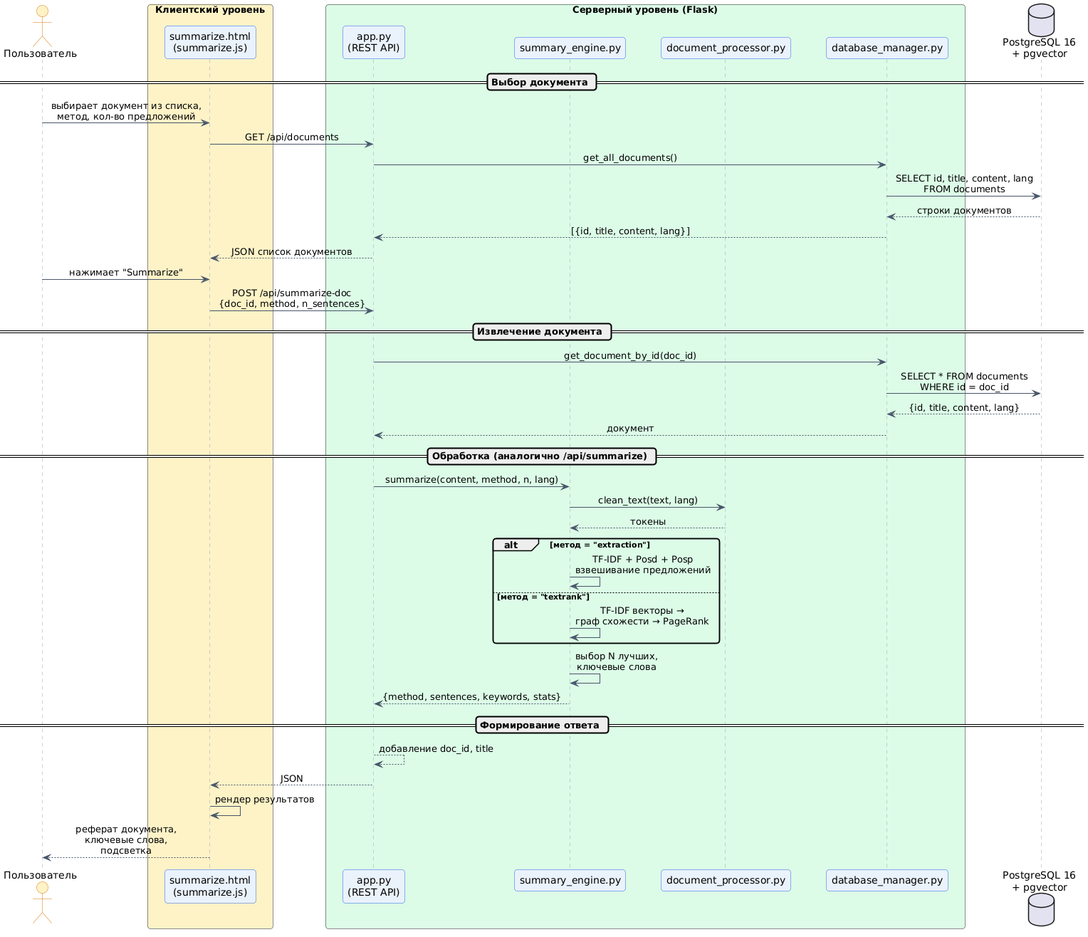
This is EYAZIS/2_2/EYAZIS_report/png/sequence_summarize_doc.png from KillRmnv/BSUIR, a PlantUML export, as it was before one commit.
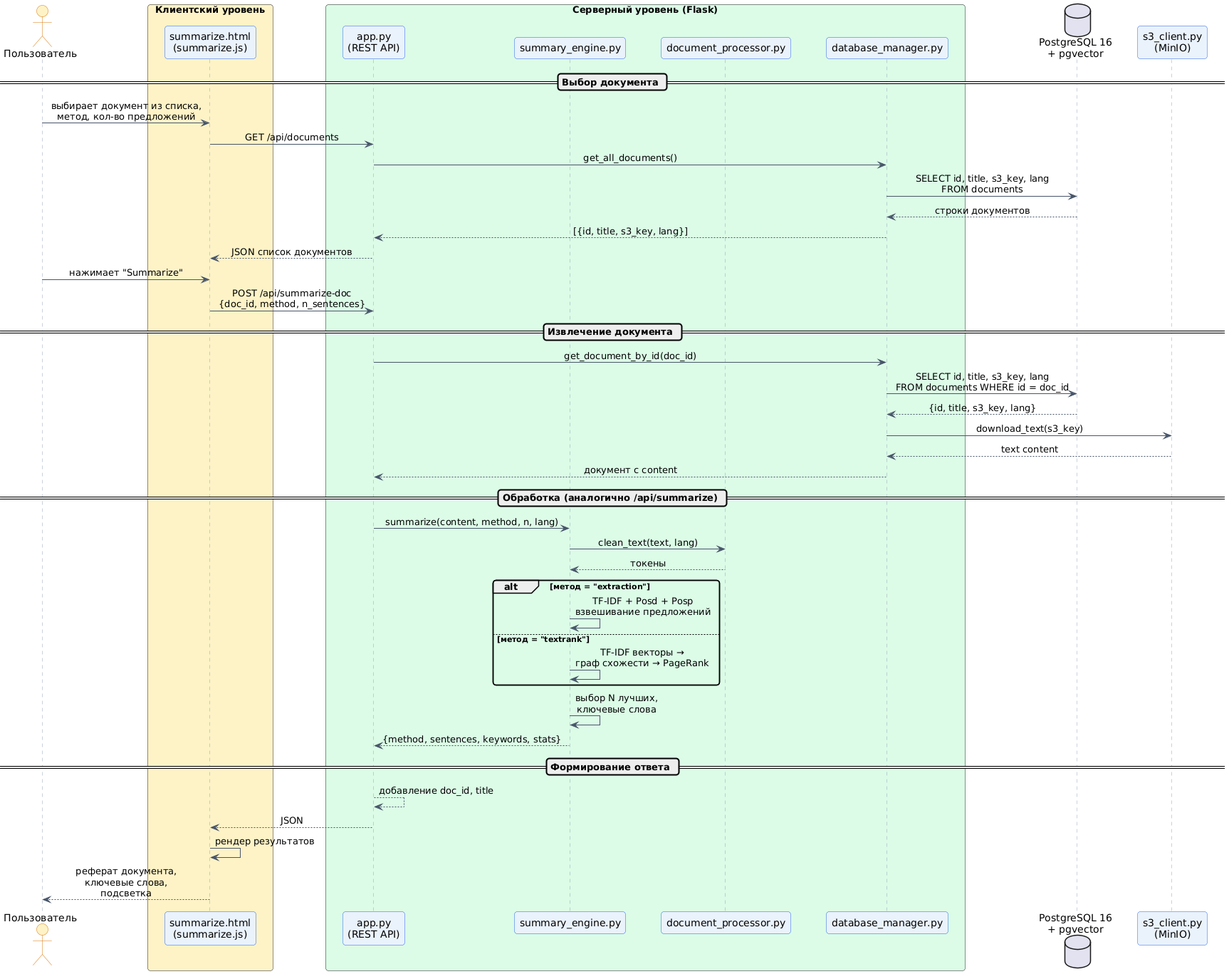
The same file after the commit.

Change to the diagram source:
```diff
@@ -30,15 +30,16 @@
     participant "database_manager.py" as DBM
 end box
 database "PostgreSQL 16\n+ pgvector" as DB
+participant "s3_client.py\n(MinIO)" as S3
 
 == Выбор документа ==
 
 User -> UI : выбирает документ из списка,\nметод, кол-во предложений
 UI -> API : GET /api/documents
 API -> DBM : get_all_documents()
-DBM -> DB : SELECT id, title, content, lang\nFROM documents
+DBM -> DB : SELECT id, title, s3_key, lang\nFROM documents
 DB --> DBM : строки документов
-DBM --> API : [{id, title, content, lang}]
+DBM --> API : [{id, title, s3_key, lang}]
 API --> UI : JSON список документов
 
 User -> UI : нажимает "Summarize"
@@ -47,9 +48,11 @@
 == Извлечение документа ==
 
 API -> DBM : get_document_by_id(doc_id)
-DBM -> DB : SELECT * FROM documents\nWHERE id = doc_id
-DB --> DBM : {id, title, content, lang}
-DBM --> API : документ
+DBM -> DB : SELECT id, title, s3_key, lang\nFROM documents WHERE id = doc_id
+DB --> DBM : {id, title, s3_key, lang}
+DBM -> S3 : download_text(s3_key)
+S3 --> DBM : text content
+DBM --> API : документ с content
 
 == Обработка (аналогично /api/summarize) ==
 
```
